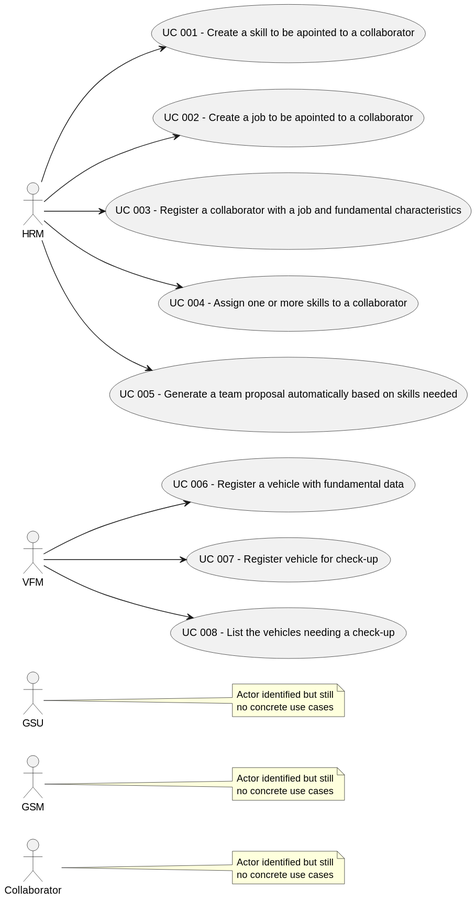
The PlantUML diagram docs/sprintC/global-artifacts/01.requirements-engineering/svg/use-case-diagram.svg in Departamento-de-Engenharia-Informatica/lei-24-s2-1do-g164, before a commit.
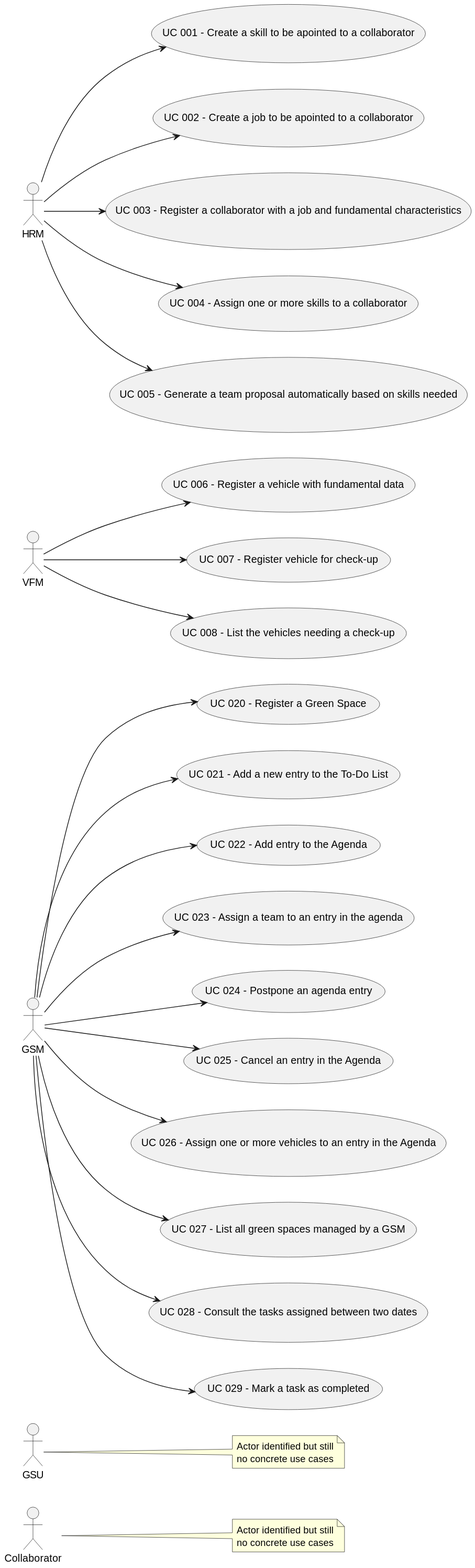
Above is the later version.

Commit message:
(implementation): agenda entry unit tests

The edit, as a diff of the source:
```diff
@@ -9,12 +9,11 @@
 left to right direction
 
     actor Collaborator
+
+    actor GSU
     actor GSM
-    actor GSU
-    note right of GSM
-        Actor identified but still
-        no concrete use cases
-    end note
+
+
 
     note right of Collaborator
         Actor identified but still
@@ -44,4 +43,25 @@
     "HRM" --> UC4
     usecase "UC 005 - Generate a team proposal automatically based on skills needed" as UC5
     "HRM" --> UC5
+
+    usecase "UC 020 - Register a Green Space" as UC20
+    GSM --> UC20
+    usecase "UC 021 - Add a new entry to the To-Do List" as UC21
+    GSM --> UC21
+    usecase "UC 022 - Add entry to the Agenda" as UC22
+    GSM --> UC22
+    usecase "UC 023 - Assign a team to an entry in the agenda" as UC23
+    GSM --> UC23
+    usecase "UC 024 - Postpone an agenda entry" as UC24
+    GSM --> UC24
+    usecase "UC 025 - Cancel an entry in the Agenda" as UC25
+    GSM --> UC25
+    usecase "UC 026 - Assign one or more vehicles to an entry in the Agenda" as UC26
+    GSM --> UC26
+    usecase "UC 027 - List all green spaces managed by a GSM" as UC27
+    GSM --> UC27
+    usecase "UC 028 - Consult the tasks assigned between two dates" as UC28
+    GSM --> UC28
+    usecase "UC 029 - Mark a task as completed" as UC29
+    GSM --> UC29
 @enduml
```
